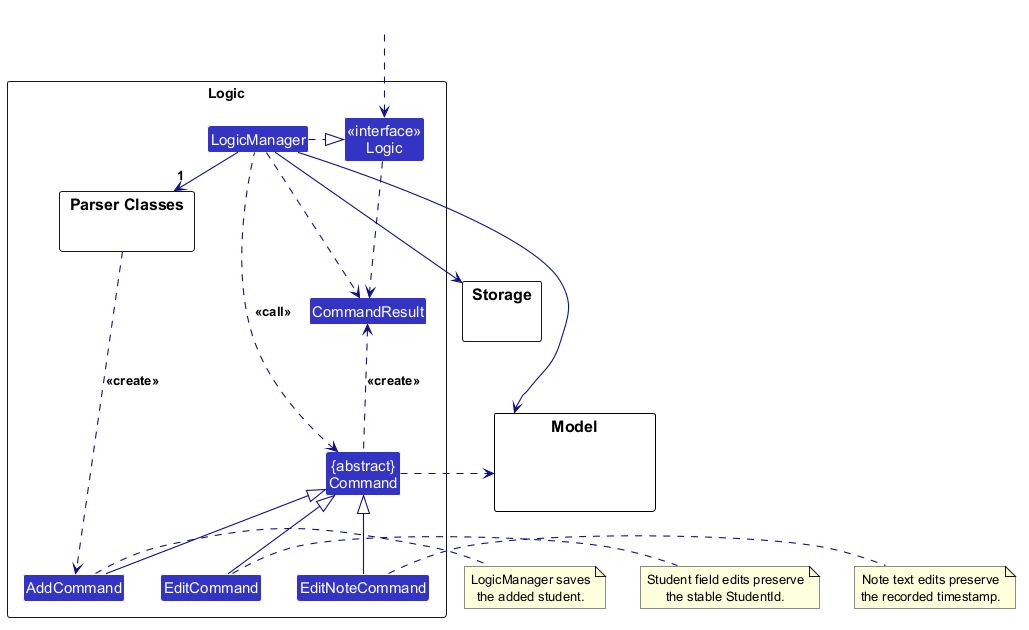
Above: docs/images/LogicClassDiagram.png in AY2627S1-CS2103T-F09-1/tp (PlantUML), before the change.
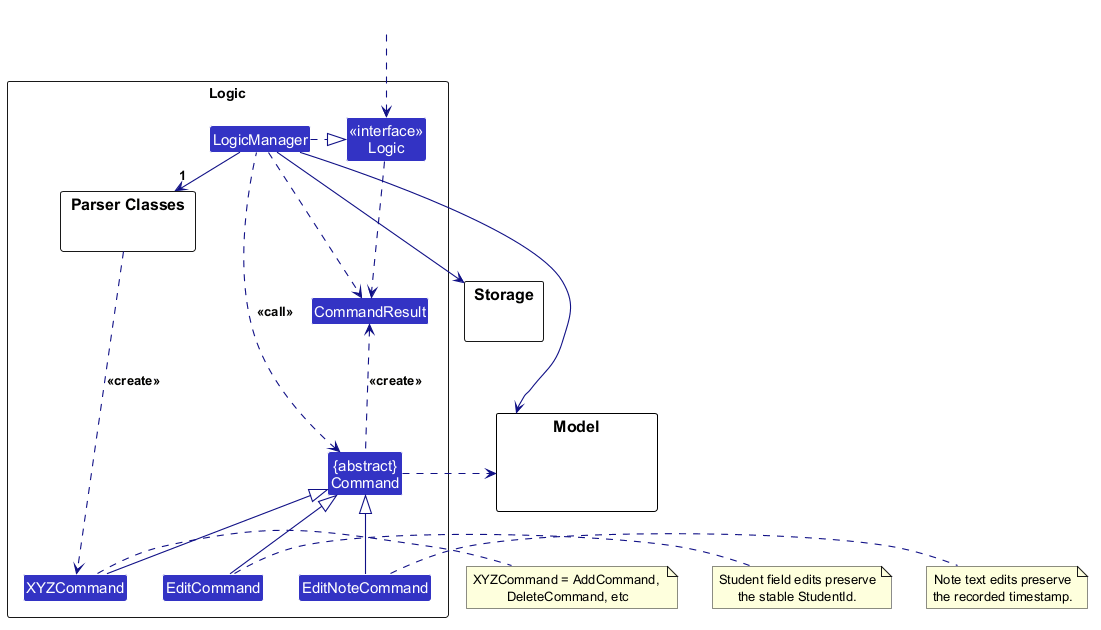
Above is the later version.

Change to the diagram source:
```diff
@@ -8,7 +8,7 @@
 
 package "Parser Classes" as ParserClasses{
 }
-Class AddCommand
+Class XYZCommand
 Class EditCommand
 Class EditNoteCommand
 Class CommandResult
@@ -31,9 +31,9 @@
 
 LogicManager .right.|> Logic
 LogicManager -right->"1" ParserClasses
-ParserClasses ..> AddCommand : <<create>>
+ParserClasses ..> XYZCommand : <<create>>
 
-AddCommand -up-|> Command
+XYZCommand -up-|> Command
 EditCommand -up-|> Command
 EditNoteCommand -up-|> Command
 LogicManager .left.> Command : <<call>>
@@ -43,7 +43,7 @@
 Storage --[hidden] Model
 Command .[hidden]up.> Storage
 Command .right.> Model
-note right of AddCommand: LogicManager saves\nthe added student.
+note right of XYZCommand: XYZCommand = AddCommand, \nDeleteCommand, etc
 note right of EditCommand: Student field edits preserve\nthe stable StudentId.
 note right of EditNoteCommand: Note text edits preserve\nthe recorded timestamp.
 
```
